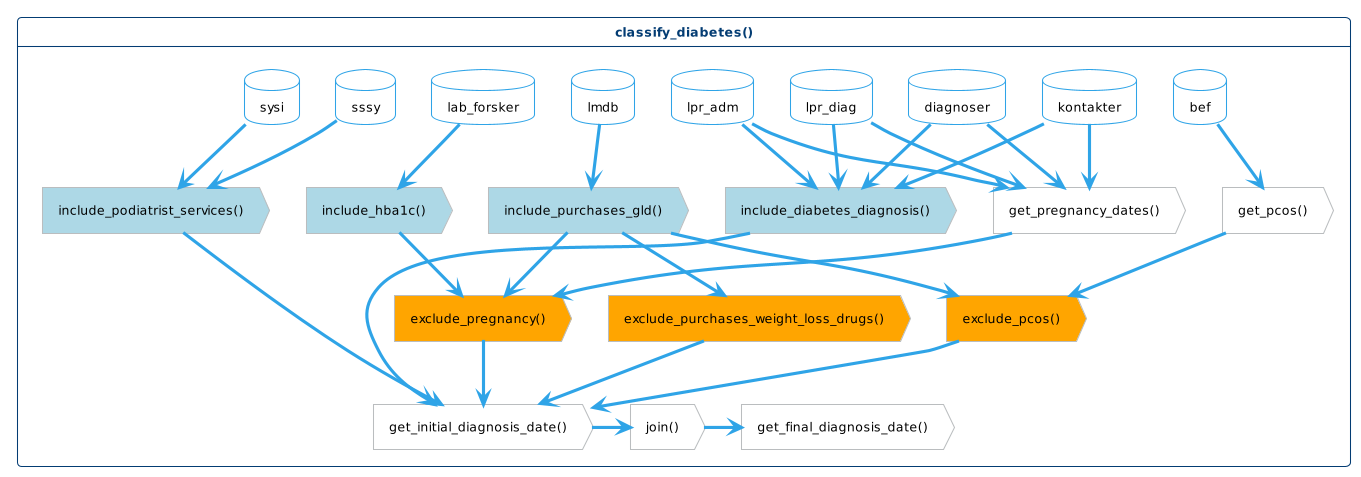
Before: vignettes/images/function-flow.png, a diagram exported from PlantUML (steno-aarhus/osdc).
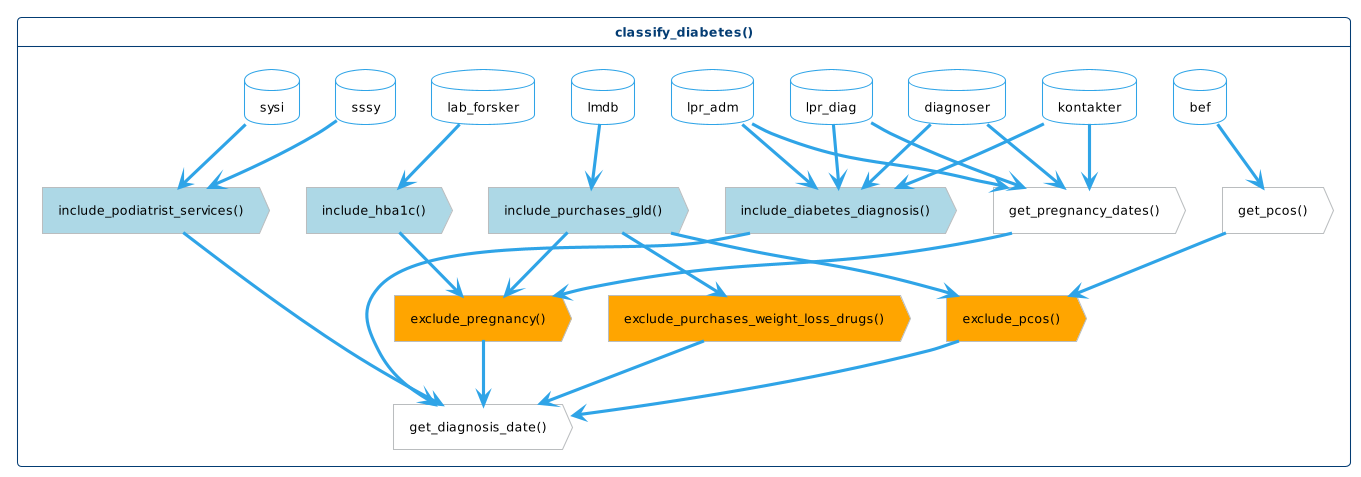
Later version of the same file.

Commit message:
docs: :art: collect initial and final diagnosis date in one function

Change to the diagram source:
```diff
@@ -33,9 +33,7 @@
 
     action "get_pregnancy_dates()" as pregnancy
     action "get_pcos()" as pcos
-    action "get_initial_diagnosis_date()" as first_date
-    action "get_final_diagnosis_date()" as final_date
-    action "join()" as join
+    action "get_diagnosis_date()" as diagnosis_date
 
     together {
         action "exclude_pregnancy()" as ex_pregnancy <<exclusion>>
@@ -75,13 +73,11 @@
     in_gld --> ex_pcos
     pcos --> ex_pcos
 
-    ex_wld --> first_date
-    ex_pregnancy --> first_date
-    ex_pcos --> first_date
-    in_podiatrist --> first_date
-    in_diagnosis --> first_date
+    ex_wld --> diagnosis_date
+    ex_pregnancy --> diagnosis_date
+    ex_pcos --> diagnosis_date
+    in_podiatrist --> diagnosis_date
+    in_diagnosis --> diagnosis_date
 
-    first_date -> join
-    join -> final_date
 }
 @enduml
```
